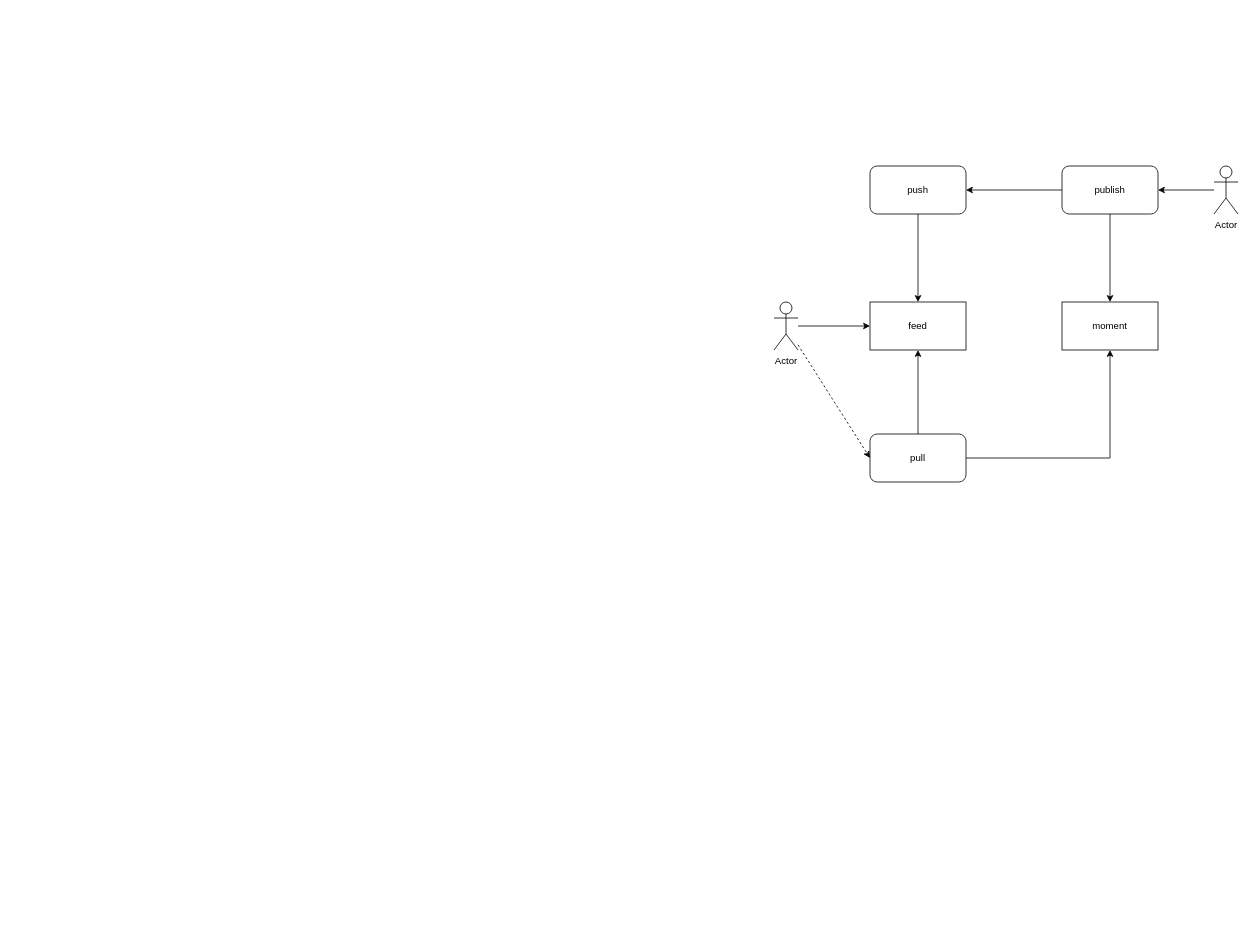
The draw.io diagram feed.drawio in effyroth/drawio2, before the edit. Source tidied: cells renumbered, new cells numbered last; positions are measured from the earlier drawing's top-left corner, leaving out a move shared by most shapes. Both pictures are drawn from the tidied source at 80%, with x=0, y=0 at pixel (774, 166).
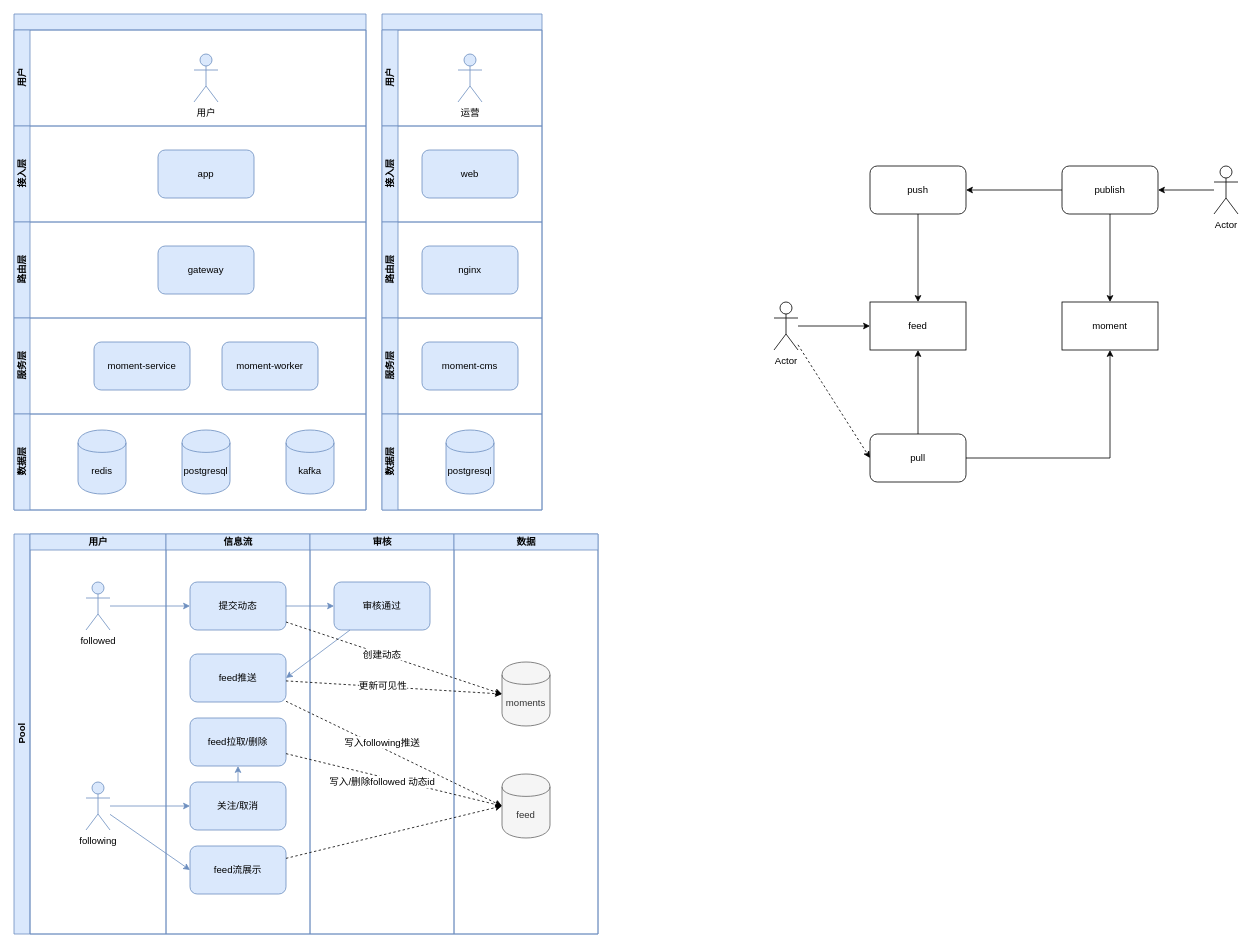
The same page after the edit.

Diff of the diagram source:
```diff
@@
+    <mxCell id="17" style="swimlane;html=1;horizontal=1;startSize=20;fillColor=#dae8fc;strokeColor=#6c8ebf;" parent="1" vertex="1">
+      <mxGeometry x="-950" y="-190" width="440" height="620" as="geometry" />
+    </mxCell>
+    <mxCell id="18" value="用户" style="swimlane;html=1;startSize=20;horizontal=0;fillColor=#dae8fc;strokeColor=#6c8ebf;" parent="17" vertex="1">
+      <mxGeometry y="20" width="440" height="120" as="geometry" />
+    </mxCell>
+    <mxCell id="19" value="用户" style="shape=umlActor;verticalLabelPosition=bottom;labelBackgroundColor=#ffffff;verticalAlign=top;html=1;fillColor=#dae8fc;strokeColor=#6c8ebf;" parent="18" vertex="1">
+      <mxGeometry x="225" y="30" width="30" height="60" as="geometry" />
+    </mxCell>
+    <mxCell id="20" value="接入层" style="swimlane;html=1;startSize=20;horizontal=0;fillColor=#dae8fc;strokeColor=#6c8ebf;" parent="17" vertex="1">
+      <mxGeometry y="140" width="440" height="120" as="geometry" />
+    </mxCell>
+    <mxCell id="21" value="app" style="rounded=1;whiteSpace=wrap;html=1;fillColor=#dae8fc;strokeColor=#6c8ebf;" parent="20" vertex="1">
+      <mxGeometry x="180" y="30" width="120" height="60" as="geometry" />
+    </mxCell>
+    <mxCell id="22" value="路由层" style="swimlane;html=1;startSize=20;horizontal=0;fillColor=#dae8fc;strokeColor=#6c8ebf;" parent="17" vertex="1">
+      <mxGeometry y="260" width="440" height="120" as="geometry" />
+    </mxCell>
+    <mxCell id="23" value="gateway" style="rounded=1;whiteSpace=wrap;html=1;fillColor=#dae8fc;strokeColor=#6c8ebf;" parent="22" vertex="1">
+      <mxGeometry x="180" y="30" width="120" height="60" as="geometry" />
+    </mxCell>
+    <mxCell id="24" value="服务层" style="swimlane;html=1;startSize=20;horizontal=0;fillColor=#dae8fc;strokeColor=#6c8ebf;" parent="17" vertex="1">
+      <mxGeometry y="380" width="440" height="120" as="geometry" />
+    </mxCell>
+    <mxCell id="25" value="moment-service" style="rounded=1;whiteSpace=wrap;html=1;fillColor=#dae8fc;strokeColor=#6c8ebf;" parent="24" vertex="1">
+      <mxGeometry x="100" y="30" width="120" height="60" as="geometry" />
+    </mxCell>
+    <mxCell id="26" value="moment-worker" style="rounded=1;whiteSpace=wrap;html=1;fillColor=#dae8fc;strokeColor=#6c8ebf;" parent="24" vertex="1">
+      <mxGeometry x="260" y="30" width="120" height="60" as="geometry" />
+    </mxCell>
+    <mxCell id="27" value="数据层" style="swimlane;html=1;startSize=20;horizontal=0;fillColor=#dae8fc;strokeColor=#6c8ebf;" parent="17" vertex="1">
+      <mxGeometry y="500" width="440" height="120" as="geometry" />
+    </mxCell>
+    <mxCell id="28" value="redis" style="shape=cylinder;whiteSpace=wrap;html=1;boundedLbl=1;backgroundOutline=1;fillColor=#dae8fc;strokeColor=#6c8ebf;" parent="27" vertex="1">
+      <mxGeometry x="80" y="20" width="60" height="80" as="geometry" />
+    </mxCell>
+    <mxCell id="29" value="postgresql" style="shape=cylinder;whiteSpace=wrap;html=1;boundedLbl=1;backgroundOutline=1;fillColor=#dae8fc;strokeColor=#6c8ebf;" parent="27" vertex="1">
+      <mxGeometry x="210" y="20" width="60" height="80" as="geometry" />
+    </mxCell>
+    <mxCell id="30" value="kafka" style="shape=cylinder;whiteSpace=wrap;html=1;boundedLbl=1;backgroundOutline=1;fillColor=#dae8fc;strokeColor=#6c8ebf;" parent="27" vertex="1">
+      <mxGeometry x="340" y="20" width="60" height="80" as="geometry" />
+    </mxCell>
+    <mxCell id="31" value="Pool" style="swimlane;html=1;startSize=20;horizontal=0;fillColor=#dae8fc;strokeColor=#6c8ebf;" parent="1" vertex="1">
+      <mxGeometry x="-950" y="460" width="730" height="500" as="geometry" />
+    </mxCell>
+    <mxCell id="32" value="用户" style="swimlane;html=1;startSize=20;fillColor=#dae8fc;strokeColor=#6c8ebf;" parent="31" vertex="1">
+      <mxGeometry x="20" width="170" height="500" as="geometry" />
+    </mxCell>
+    <mxCell id="33" value="followed" style="shape=umlActor;verticalLabelPosition=bottom;labelBackgroundColor=#ffffff;verticalAlign=top;html=1;outlineConnect=0;fillColor=#dae8fc;strokeColor=#6c8ebf;" parent="32" vertex="1">
+      <mxGeometry x="70" y="60" width="30" height="60" as="geometry" />
+    </mxCell>
+    <mxCell id="34" value="following" style="shape=umlActor;verticalLabelPosition=bottom;labelBackgroundColor=#ffffff;verticalAlign=top;html=1;outlineConnect=0;fillColor=#dae8fc;strokeColor=#6c8ebf;" parent="32" vertex="1">
+      <mxGeometry x="70" y="310" width="30" height="60" as="geometry" />
+    </mxCell>
+    <mxCell id="35" value="信息流" style="swimlane;html=1;startSize=20;fillColor=#dae8fc;strokeColor=#6c8ebf;" parent="31" vertex="1">
+      <mxGeometry x="190" width="180" height="500" as="geometry" />
+    </mxCell>
+    <mxCell id="36" value="提交动态" style="rounded=1;whiteSpace=wrap;html=1;fillColor=#dae8fc;strokeColor=#6c8ebf;" parent="35" vertex="1">
+      <mxGeometry x="30" y="60" width="120" height="60" as="geometry" />
+    </mxCell>
+    <mxCell id="37" value="feed推送" style="rounded=1;whiteSpace=wrap;html=1;fillColor=#dae8fc;strokeColor=#6c8ebf;" parent="35" vertex="1">
+      <mxGeometry x="30" y="150" width="120" height="60" as="geometry" />
+    </mxCell>
+    <mxCell id="38" value="feed流展示" style="rounded=1;whiteSpace=wrap;html=1;fillColor=#dae8fc;strokeColor=#6c8ebf;" parent="35" vertex="1">
+      <mxGeometry x="30" y="390" width="120" height="60" as="geometry" />
+    </mxCell>
+    <mxCell id="39" style="edgeStyle=none;rounded=0;jettySize=auto;html=1;entryX=0.5;entryY=1;entryDx=0;entryDy=0;fillColor=#dae8fc;strokeColor=#6c8ebf;" parent="35" edge="1" source="40" target="41">
+      <mxGeometry relative="1" as="geometry" />
+    </mxCell>
+    <mxCell id="40" value="关注/取消" style="rounded=1;whiteSpace=wrap;html=1;fillColor=#dae8fc;strokeColor=#6c8ebf;" parent="35" vertex="1">
+      <mxGeometry x="30" y="310" width="120" height="60" as="geometry" />
+    </mxCell>
+    <mxCell id="41" value="feed拉取/删除" style="rounded=1;whiteSpace=wrap;html=1;fillColor=#dae8fc;strokeColor=#6c8ebf;" parent="35" vertex="1">
+      <mxGeometry x="30" y="230" width="120" height="60" as="geometry" />
+    </mxCell>
+    <mxCell id="42" value="审核" style="swimlane;html=1;startSize=20;fillColor=#dae8fc;strokeColor=#6c8ebf;" parent="31" vertex="1">
+      <mxGeometry x="370" width="180" height="500" as="geometry" />
+    </mxCell>
+    <mxCell id="43" value="审核通过" style="rounded=1;whiteSpace=wrap;html=1;fillColor=#dae8fc;strokeColor=#6c8ebf;" parent="42" vertex="1">
+      <mxGeometry x="30" y="60" width="120" height="60" as="geometry" />
+    </mxCell>
+    <mxCell id="44" value="数据" style="swimlane;html=1;startSize=20;fillColor=#dae8fc;strokeColor=#6c8ebf;" parent="31" vertex="1">
+      <mxGeometry x="550" width="180" height="500" as="geometry" />
+    </mxCell>
+    <mxCell id="45" value="feed" style="shape=cylinder;whiteSpace=wrap;html=1;boundedLbl=1;backgroundOutline=1;fillColor=#f5f5f5;strokeColor=#666666;fontColor=#333333;" parent="44" vertex="1">
+      <mxGeometry x="60" y="300" width="60" height="80" as="geometry" />
+    </mxCell>
+    <mxCell id="46" value="moments" style="shape=cylinder;whiteSpace=wrap;html=1;boundedLbl=1;backgroundOutline=1;fillColor=#f5f5f5;strokeColor=#666666;fontColor=#333333;" parent="44" vertex="1">
+      <mxGeometry x="60" y="160" width="60" height="80" as="geometry" />
+    </mxCell>
+    <mxCell id="47" style="edgeStyle=none;rounded=0;jettySize=auto;html=1;entryX=0;entryY=0.5;entryDx=0;entryDy=0;fillColor=#dae8fc;strokeColor=#6c8ebf;" parent="31" edge="1" source="33" target="36">
+      <mxGeometry relative="1" as="geometry" />
+    </mxCell>
+    <mxCell id="48" style="edgeStyle=none;rounded=0;jettySize=auto;html=1;entryX=0;entryY=0.5;entryDx=0;entryDy=0;fillColor=#dae8fc;strokeColor=#6c8ebf;" parent="31" edge="1" source="36" target="43">
+      <mxGeometry relative="1" as="geometry" />
+    </mxCell>
+    <mxCell id="49" style="edgeStyle=none;rounded=0;jettySize=auto;html=1;entryX=1;entryY=0.5;entryDx=0;entryDy=0;fillColor=#dae8fc;strokeColor=#6c8ebf;" parent="31" edge="1" source="43" target="37">
+      <mxGeometry relative="1" as="geometry" />
+    </mxCell>
+    <mxCell id="50" style="edgeStyle=none;rounded=0;jettySize=auto;html=1;entryX=0;entryY=0.5;entryDx=0;entryDy=0;fillColor=#dae8fc;strokeColor=#6c8ebf;" parent="31" edge="1" source="34" target="40">
+      <mxGeometry relative="1" as="geometry" />
+    </mxCell>
+    <mxCell id="51" style="edgeStyle=none;rounded=0;jettySize=auto;html=1;entryX=0;entryY=0.5;entryDx=0;entryDy=0;fillColor=#dae8fc;strokeColor=#6c8ebf;" parent="31" edge="1" source="34" target="38">
+      <mxGeometry relative="1" as="geometry" />
+    </mxCell>
+    <mxCell id="52" style="edgeStyle=none;rounded=0;jettySize=auto;html=1;entryX=0;entryY=0.5;entryDx=0;entryDy=0;dashed=1;" parent="31" edge="1" source="36" target="46">
+      <mxGeometry relative="1" as="geometry" />
+    </mxCell>
+    <mxCell id="53" value="创建动态" style="text;html=1;align=center;verticalAlign=middle;labelBackgroundColor=#ffffff;" parent="52" vertex="1">
+      <mxGeometry x="0.12" y="1" relative="1" as="geometry">
+        <mxPoint x="-31.2" y="-9.3" as="offset" />
+      </mxGeometry>
+    </mxCell>
+    <mxCell id="54" style="edgeStyle=none;rounded=0;jettySize=auto;html=1;entryX=0;entryY=0.5;entryDx=0;entryDy=0;dashed=1;" parent="31" edge="1" source="37" target="45">
+      <mxGeometry relative="1" as="geometry" />
+    </mxCell>
+    <mxCell id="55" value="写入following推送" style="text;html=1;align=center;verticalAlign=middle;labelBackgroundColor=#ffffff;" parent="54" vertex="1">
+      <mxGeometry x="-0.2" y="3" relative="1" as="geometry">
+        <mxPoint x="10.7" y="1.3" as="offset" />
+      </mxGeometry>
+    </mxCell>
+    <mxCell id="56" style="edgeStyle=none;rounded=0;jettySize=auto;html=1;entryX=0;entryY=0.5;entryDx=0;entryDy=0;dashed=1;" parent="31" edge="1" source="41" target="45">
+      <mxGeometry relative="1" as="geometry" />
+    </mxCell>
+    <mxCell id="57" value="写入/删除followed 动态id" style="text;html=1;align=center;verticalAlign=middle;labelBackgroundColor=#ffffff;" parent="56" vertex="1">
+      <mxGeometry x="-0.27" relative="1" as="geometry">
+        <mxPoint x="20.9" y="11.4" as="offset" />
+      </mxGeometry>
+    </mxCell>
+    <mxCell id="58" style="edgeStyle=none;rounded=0;jettySize=auto;html=1;entryX=0;entryY=0.5;entryDx=0;entryDy=0;dashed=1;" parent="31" edge="1" source="38" target="45">
+      <mxGeometry relative="1" as="geometry" />
+    </mxCell>
+    <mxCell id="59" style="edgeStyle=none;rounded=0;jettySize=auto;html=1;entryX=0;entryY=0.5;entryDx=0;entryDy=0;dashed=1;" parent="31" edge="1" source="37" target="46">
+      <mxGeometry relative="1" as="geometry" />
+    </mxCell>
+    <mxCell id="60" value="更新可见性" style="text;html=1;align=center;verticalAlign=middle;labelBackgroundColor=#ffffff;" parent="59" vertex="1">
+      <mxGeometry x="-0.15" y="2" relative="1" as="geometry">
+        <mxPoint x="5.1" y="1.4" as="offset" />
+      </mxGeometry>
+    </mxCell>
+    <mxCell id="61" style="swimlane;html=1;horizontal=1;startSize=20;fillColor=#dae8fc;strokeColor=#6c8ebf;" parent="1" vertex="1">
+      <mxGeometry x="-490" y="-190" width="200" height="620" as="geometry" />
+    </mxCell>
+    <mxCell id="62" value="用户" style="swimlane;html=1;startSize=20;horizontal=0;fillColor=#dae8fc;strokeColor=#6c8ebf;" parent="61" vertex="1">
+      <mxGeometry y="20" width="200" height="120" as="geometry" />
+    </mxCell>
+    <mxCell id="63" value="运营" style="shape=umlActor;verticalLabelPosition=bottom;labelBackgroundColor=#ffffff;verticalAlign=top;html=1;fillColor=#dae8fc;strokeColor=#6c8ebf;" parent="62" vertex="1">
+      <mxGeometry x="95" y="30" width="30" height="60" as="geometry" />
+    </mxCell>
+    <mxCell id="64" value="接入层" style="swimlane;html=1;startSize=20;horizontal=0;fillColor=#dae8fc;strokeColor=#6c8ebf;" parent="61" vertex="1">
+      <mxGeometry y="140" width="200" height="120" as="geometry" />
+    </mxCell>
+    <mxCell id="65" value="web" style="rounded=1;whiteSpace=wrap;html=1;fillColor=#dae8fc;strokeColor=#6c8ebf;" parent="64" vertex="1">
+      <mxGeometry x="50" y="30" width="120" height="60" as="geometry" />
+    </mxCell>
+    <mxCell id="66" value="路由层" style="swimlane;html=1;startSize=20;horizontal=0;fillColor=#dae8fc;strokeColor=#6c8ebf;" parent="61" vertex="1">
+      <mxGeometry y="260" width="200" height="120" as="geometry" />
+    </mxCell>
+    <mxCell id="67" value="nginx" style="rounded=1;whiteSpace=wrap;html=1;fillColor=#dae8fc;strokeColor=#6c8ebf;" parent="66" vertex="1">
+      <mxGeometry x="50" y="30" width="120" height="60" as="geometry" />
+    </mxCell>
+    <mxCell id="68" value="服务层" style="swimlane;html=1;startSize=20;horizontal=0;fillColor=#dae8fc;strokeColor=#6c8ebf;" parent="61" vertex="1">
+      <mxGeometry y="380" width="200" height="120" as="geometry" />
+    </mxCell>
+    <mxCell id="69" value="moment-cms" style="rounded=1;whiteSpace=wrap;html=1;fillColor=#dae8fc;strokeColor=#6c8ebf;" parent="68" vertex="1">
+      <mxGeometry x="50" y="30" width="120" height="60" as="geometry" />
+    </mxCell>
+    <mxCell id="70" value="数据层" style="swimlane;html=1;startSize=20;horizontal=0;fillColor=#dae8fc;strokeColor=#6c8ebf;" parent="61" vertex="1">
+      <mxGeometry y="500" width="200" height="120" as="geometry" />
+    </mxCell>
+    <mxCell id="71" value="postgresql" style="shape=cylinder;whiteSpace=wrap;html=1;boundedLbl=1;backgroundOutline=1;fillColor=#dae8fc;strokeColor=#6c8ebf;" parent="70" vertex="1">
+      <mxGeometry x="80" y="20" width="60" height="80" as="geometry" />
+    </mxCell>
```
